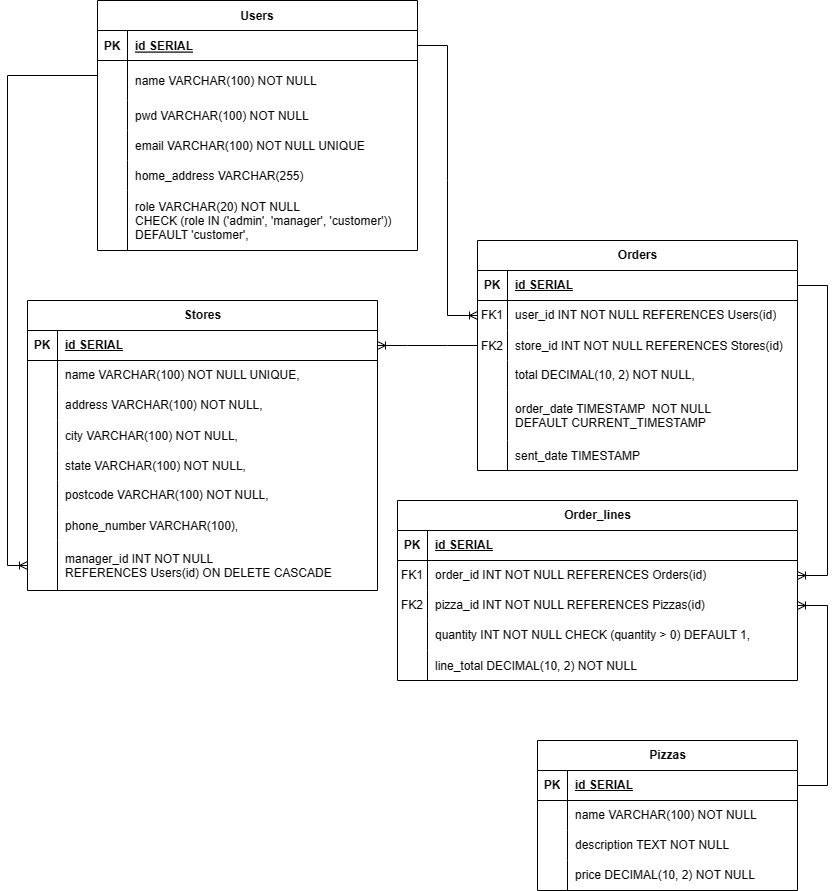
This is src/bd_info/modelo_ER.drawio.png from guoruipan/pitsa-jaus, a draw.io export, as it was before one commit. Source tidied: cells renumbered, new cells last; positions are measured from the earlier drawing's top-left corner, leaving out a move shared by most shapes.
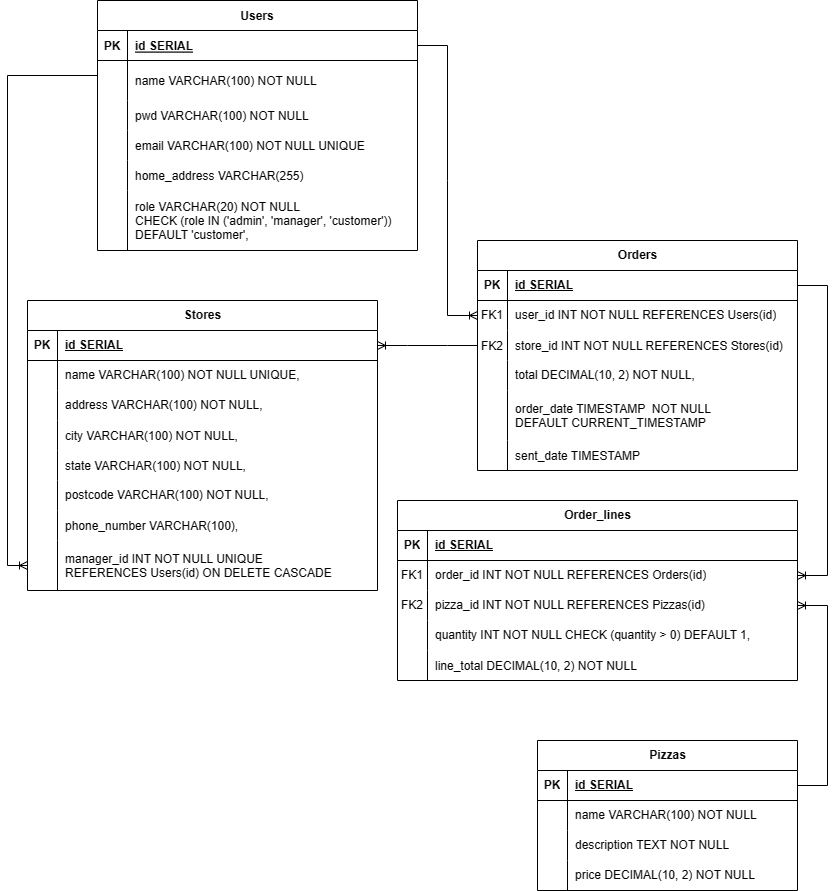
The same diagram one commit later.

Change to the diagram source:
```diff
@@ -289,7 +289,7 @@
     <mxCell id="95" style="shape=partialRectangle;fillColor=none;top=0;left=0;bottom=0;right=0;overflow=hidden;" parent="94" vertex="1">
       <mxGeometry width="30" height="50" as="geometry" />
     </mxCell>
-    <mxCell id="96" value="manager_id INT NOT NULL &#10;REFERENCES Users(id) ON DELETE CASCADE" style="shape=partialRectangle;fillColor=none;top=0;left=0;bottom=0;right=0;align=left;spacingLeft=6;overflow=hidden;" parent="94" vertex="1">
+    <mxCell id="96" value="manager_id INT NOT NULL UNIQUE&#10;REFERENCES Users(id) ON DELETE CASCADE" style="shape=partialRectangle;fillColor=none;top=0;left=0;bottom=0;right=0;align=left;spacingLeft=6;overflow=hidden;" parent="94" vertex="1">
       <mxGeometry x="30" width="320" height="50" as="geometry" />
     </mxCell>
     <mxCell id="97" style="edgeStyle=orthogonalEdgeStyle;fontSize=12;html=1;endArrow=ERoneToMany;rounded=0;exitX=0;exitY=0.5;exitDx=0;exitDy=0;entryX=0;entryY=0.5;entryDx=0;entryDy=0;" parent="1" edge="1" source="16" target="94">
```
